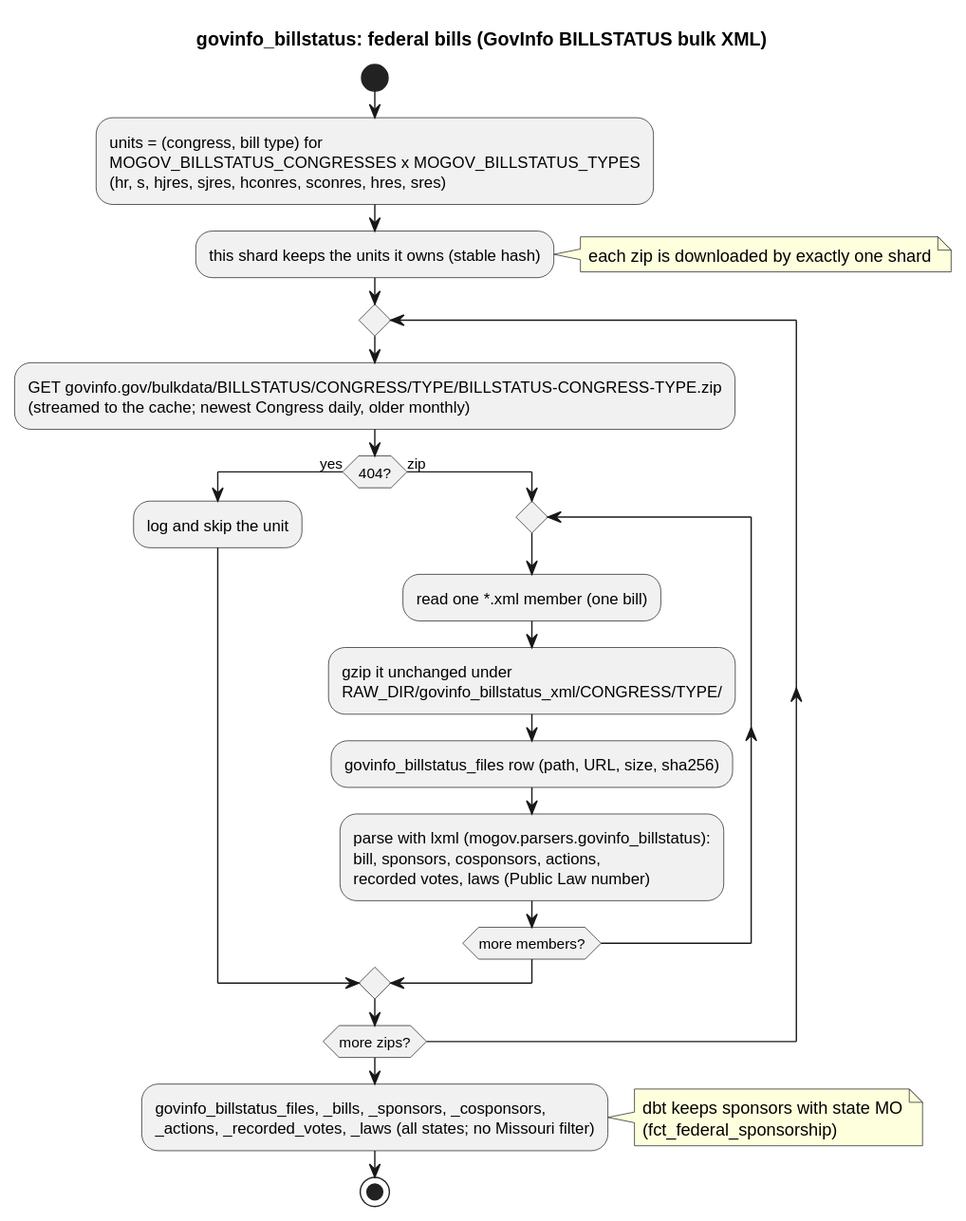
Earlier version of the PlantUML export docs/diagrams/sources/govinfo_billstatus.svg (akettmann/missouri_gov_feed). Its source is kept beside it as docs/diagrams/sources/govinfo_billstatus.puml. Source of this version:
```plantuml
@startuml govinfo_billstatus
title govinfo_billstatus: federal bills (GovInfo BILLSTATUS bulk XML)
start
:units = (congress, bill type) for
MOGOV_BILLSTATUS_CONGRESSES x MOGOV_BILLSTATUS_TYPES
(hr, s, hjres, sjres, hconres, sconres, hres, sres);
:this shard keeps the units it owns (stable hash);
note right: each zip is downloaded by exactly one shard
repeat
  :GET govinfo.gov/bulkdata/BILLSTATUS/CONGRESS/TYPE/BILLSTATUS-CONGRESS-TYPE.zip
  (streamed to the cache; newest Congress daily, older monthly);
  if (404?) then (yes)
    :log and skip the unit;
  else (zip)
    repeat
      :read one *.xml member (one bill);
      :gzip it unchanged under
      RAW_DIR/govinfo_billstatus_xml/CONGRESS/TYPE/;
      :govinfo_billstatus_files row (path, URL, size, sha256);
      :parse with lxml (mogov.parsers.govinfo_billstatus):
      bill, sponsors, cosponsors, actions,
      recorded votes, laws (Public Law number);
    repeat while (more members?)
  endif
repeat while (more zips?)
:govinfo_billstatus_files, _bills, _sponsors, _cosponsors,
_actions, _recorded_votes, _laws (all states; no Missouri filter);
note right: dbt keeps sponsors with state MO\n(fct_federal_sponsorship)
stop
@enduml
```
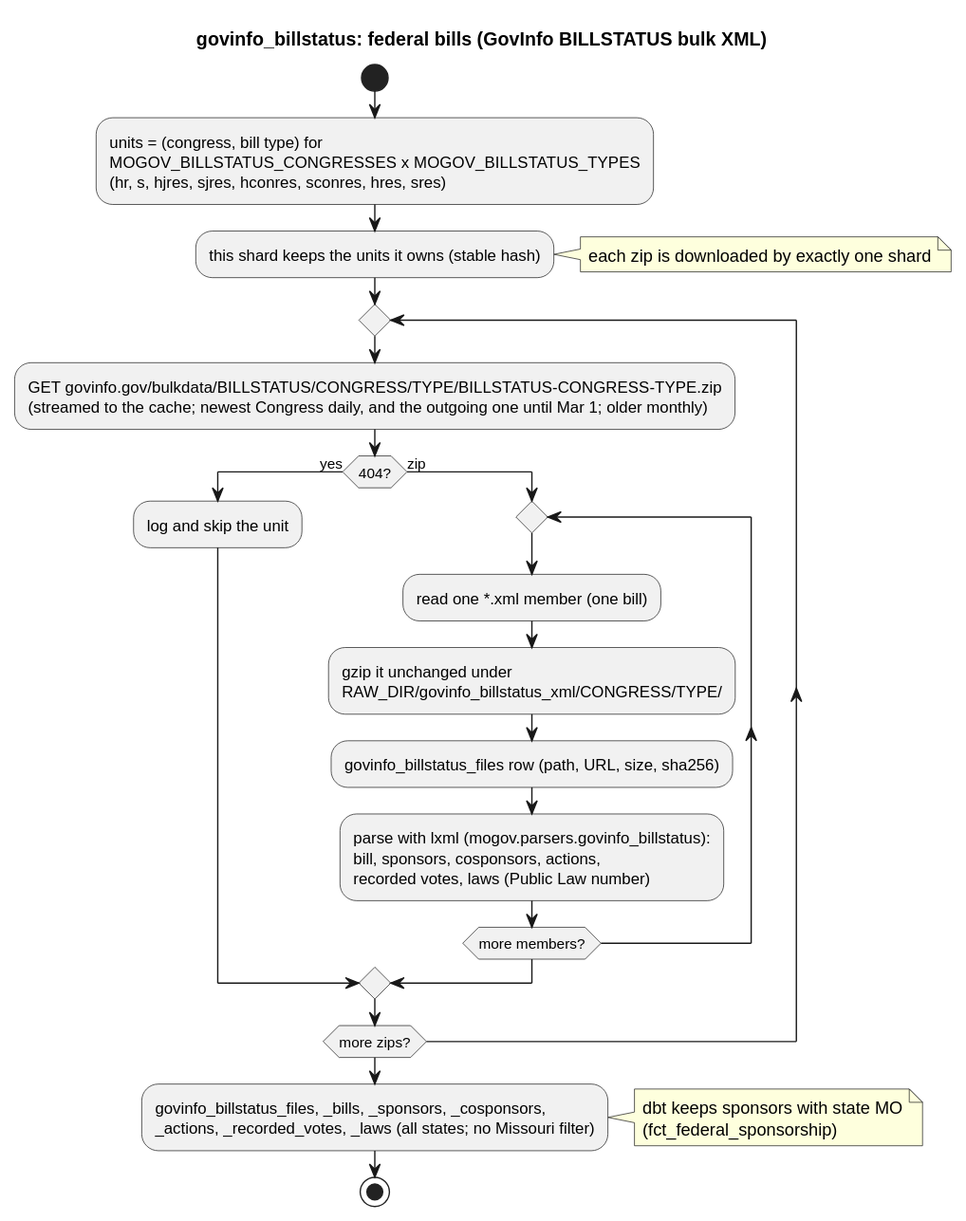
Later version of the same file.

Commit message:
govinfo_billstatus: outgoing-Congress grace only in the new Congress's first year; update diagram

Diff of the diagram source:
```diff
@@ -8,7 +8,7 @@
 note right: each zip is downloaded by exactly one shard
 repeat
   :GET govinfo.gov/bulkdata/BILLSTATUS/CONGRESS/TYPE/BILLSTATUS-CONGRESS-TYPE.zip
-  (streamed to the cache; newest Congress daily, older monthly);
+  (streamed to the cache; newest Congress daily, and the outgoing one until Mar 1; older monthly);
   if (404?) then (yes)
     :log and skip the unit;
   else (zip)
```
